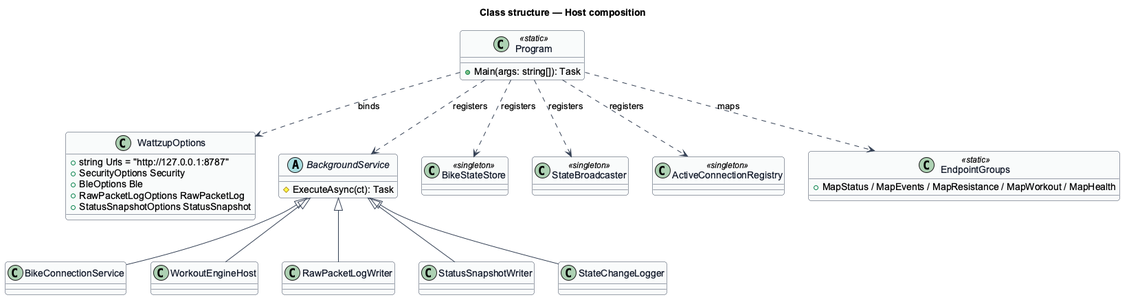
This is docs/detailed-designs/platform/host-and-structure/diagrams/class-structure.png from QuinntyneBrown/ride-one, a PlantUML export, as it was before one commit. Source of this version:
```plantuml
@startuml
skinparam backgroundColor #FFFFFF
skinparam shadowing false
skinparam roundcorner 8
skinparam defaultFontName Arial
skinparam ArrowColor #344054
skinparam class {
  BorderColor #344054
  FontColor #101828
  BackgroundColor #F9FAFB
}
title Class structure — Host composition

class Program <<static>> {
  +Main(args: string[]): Task
}
class WattzupOptions {
  +string Urls = "http://127.0.0.1:8787"
  +SecurityOptions Security
  +BleOptions Ble
  +RawPacketLogOptions RawPacketLog
  +StatusSnapshotOptions StatusSnapshot
}
abstract class BackgroundService {
  #ExecuteAsync(ct): Task
}
class BikeConnectionService
class WorkoutEngineHost
class RawPacketLogWriter
class StatusSnapshotWriter
class StateChangeLogger
class BikeStateStore <<singleton>>
class StateBroadcaster <<singleton>>
class ActiveConnectionRegistry <<singleton>>
class EndpointGroups <<static>> {
  +MapStatus / MapEvents / MapResistance / MapWorkout / MapHealth
}

BackgroundService <|-- BikeConnectionService
BackgroundService <|-- WorkoutEngineHost
BackgroundService <|-- RawPacketLogWriter
BackgroundService <|-- StatusSnapshotWriter
BackgroundService <|-- StateChangeLogger
Program ..> WattzupOptions : binds
Program ..> BackgroundService : registers
Program ..> BikeStateStore : registers
Program ..> StateBroadcaster : registers
Program ..> ActiveConnectionRegistry : registers
Program ..> EndpointGroups : maps
@enduml
```
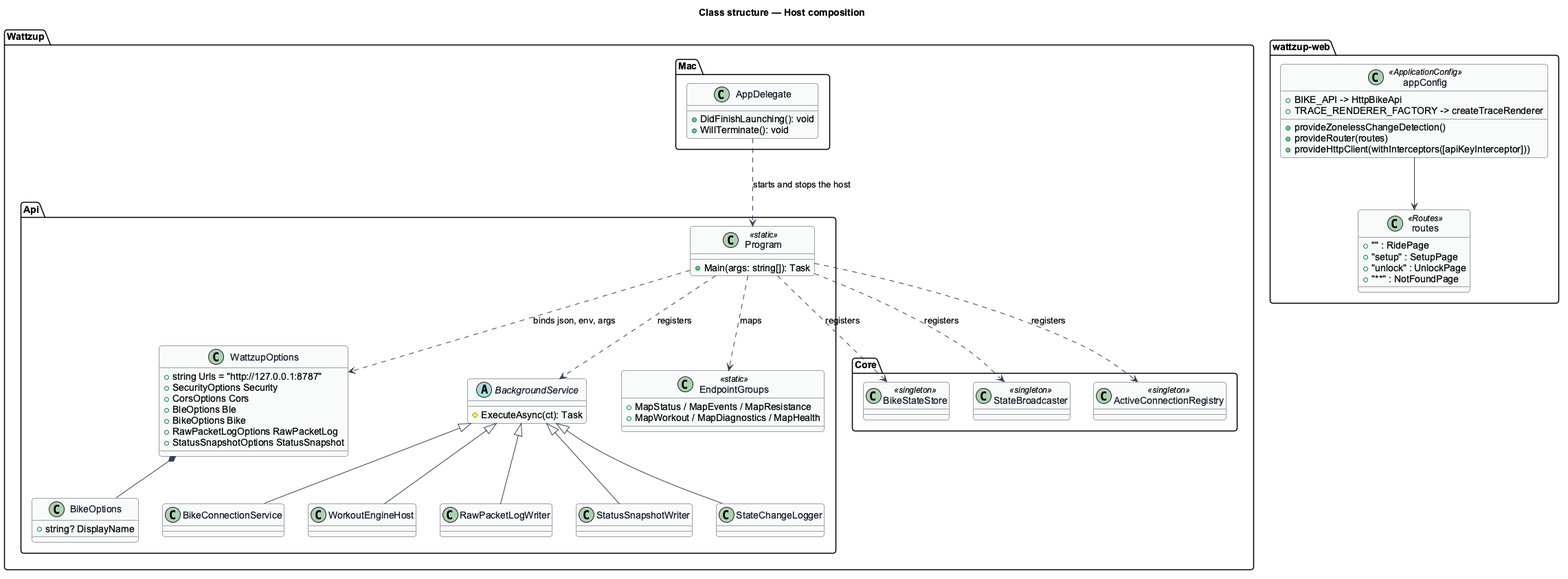
The same diagram one commit later.

What changed in the source:
```diff
@@ -11,29 +11,60 @@
 }
 title Class structure — Host composition
 
-class Program <<static>> {
-  +Main(args: string[]): Task
+package "Wattzup.Api" {
+  class Program <<static>> {
+    +Main(args: string[]): Task
+  }
+  class WattzupOptions {
+    +string Urls = "http://127.0.0.1:8787"
+    +SecurityOptions Security
+    +CorsOptions Cors
+    +BleOptions Ble
+    +BikeOptions Bike
+    +RawPacketLogOptions RawPacketLog
+    +StatusSnapshotOptions StatusSnapshot
+  }
+  class BikeOptions {
+    +string? DisplayName
+  }
+  abstract class BackgroundService {
+    #ExecuteAsync(ct): Task
+  }
+  class BikeConnectionService
+  class WorkoutEngineHost
+  class RawPacketLogWriter
+  class StatusSnapshotWriter
+  class StateChangeLogger
+  class EndpointGroups <<static>> {
+    +MapStatus / MapEvents / MapResistance
+    +MapWorkout / MapDiagnostics / MapHealth
+  }
 }
-class WattzupOptions {
-  +string Urls = "http://127.0.0.1:8787"
-  +SecurityOptions Security
-  +BleOptions Ble
-  +RawPacketLogOptions RawPacketLog
-  +StatusSnapshotOptions StatusSnapshot
+package "Wattzup.Core" {
+  class BikeStateStore <<singleton>>
+  class StateBroadcaster <<singleton>>
+  class ActiveConnectionRegistry <<singleton>>
 }
-abstract class BackgroundService {
-  #ExecuteAsync(ct): Task
+package "Wattzup.Mac" {
+  class AppDelegate {
+    +DidFinishLaunching(): void
+    +WillTerminate(): void
+  }
 }
-class BikeConnectionService
-class WorkoutEngineHost
-class RawPacketLogWriter
-class StatusSnapshotWriter
-class StateChangeLogger
-class BikeStateStore <<singleton>>
-class StateBroadcaster <<singleton>>
-class ActiveConnectionRegistry <<singleton>>
-class EndpointGroups <<static>> {
-  +MapStatus / MapEvents / MapResistance / MapWorkout / MapHealth
+package "wattzup-web" {
+  class appConfig <<ApplicationConfig>> {
+    +provideZonelessChangeDetection()
+    +provideRouter(routes)
+    +provideHttpClient(withInterceptors([apiKeyInterceptor]))
+    +BIKE_API -> HttpBikeApi
+    +TRACE_RENDERER_FACTORY -> createTraceRenderer
+  }
+  class routes <<Routes>> {
+    + "" : RidePage
+    + "setup" : SetupPage
+    + "unlock" : UnlockPage
+    + "**" : NotFoundPage
+  }
 }
 
 BackgroundService <|-- BikeConnectionService
@@ -41,10 +72,13 @@
 BackgroundService <|-- RawPacketLogWriter
 BackgroundService <|-- StatusSnapshotWriter
 BackgroundService <|-- StateChangeLogger
-Program ..> WattzupOptions : binds
+WattzupOptions *-- BikeOptions
+Program ..> WattzupOptions : binds json, env, args
 Program ..> BackgroundService : registers
 Program ..> BikeStateStore : registers
 Program ..> StateBroadcaster : registers
 Program ..> ActiveConnectionRegistry : registers
 Program ..> EndpointGroups : maps
+AppDelegate ..> Program : starts and stops the host
+appConfig --> routes
 @enduml
```
